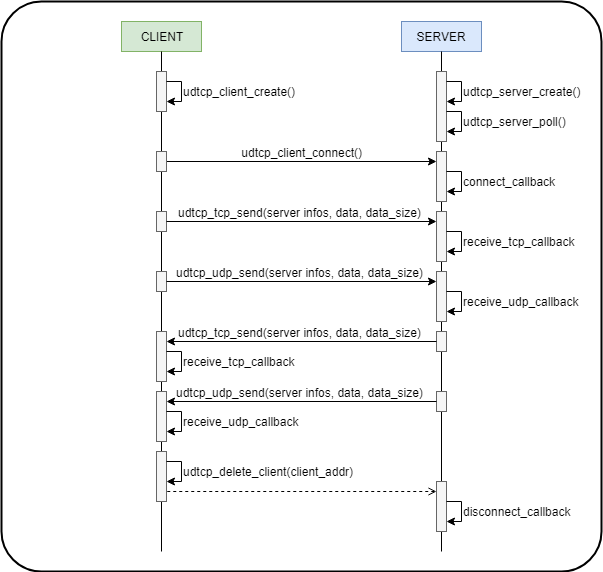
This is communication.png from MickaelBlet/UDTCP, a draw.io export, as it was before one commit. Source tidied: cells renumbered, new cells last; positions are measured from the earlier drawing's top-left corner, leaving out a move shared by most shapes.
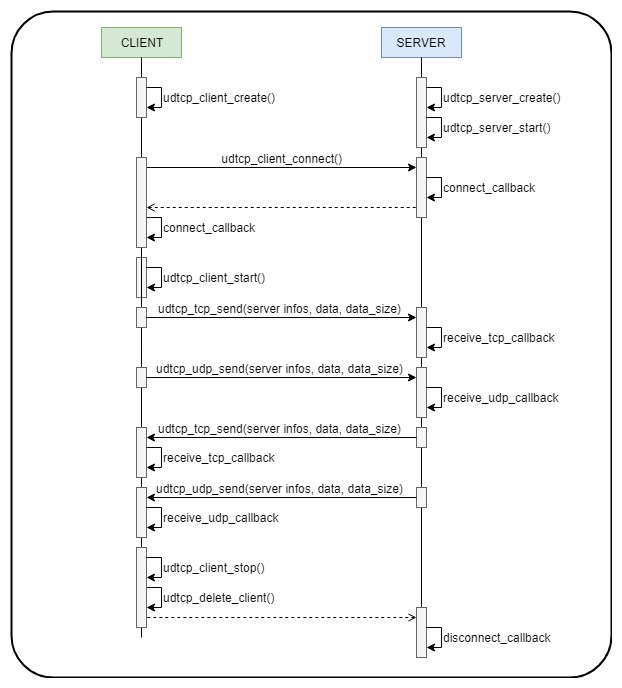
After the change.

What changed in the source:
```diff
@@ -3,94 +3,142 @@
     <mxCell id="0" />
     <mxCell id="1" parent="0" />
     <mxCell id="2" style="rounded=1;whiteSpace=wrap;html=1;arcSize=7;shadow=0;comic=0;glass=0;backgroundOutline=0;noLabel=0;imageAspect=1;perimeterSpacing=1;strokeWidth=2;" parent="1" vertex="1">
-      <mxGeometry width="600" height="570" as="geometry" />
+      <mxGeometry x="30" y="-86" width="600" height="666" as="geometry" />
     </mxCell>
+    <mxCell id="48" style="endArrow=none;dashed=1;html=1;startArrow=open;startFill=0;" parent="1" edge="1">
+      <mxGeometry relative="1" as="geometry">
+        <mxPoint x="165" y="110" as="sourcePoint" />
+        <mxPoint x="435" y="110" as="targetPoint" />
+      </mxGeometry>
+    </mxCell>
+    <mxCell id="49" value="connect_callback" style="text;html=1;strokeColor=none;fillColor=none;align=left;verticalAlign=middle;whiteSpace=wrap;rounded=0;fontSize=12;labelPosition=center;verticalLabelPosition=middle;" parent="1" vertex="1">
+      <mxGeometry x="180" y="120" width="140" height="20" as="geometry" />
+    </mxCell>
+    <mxCell id="50" style="endArrow=classic;html=1;rounded=0;" parent="1" edge="1">
+      <mxGeometry relative="1" as="geometry">
+        <mxPoint x="165" y="120" as="sourcePoint" />
+        <mxPoint x="165" y="140" as="targetPoint" />
+        <Array as="points">
+          <mxPoint x="180" y="120" />
+          <mxPoint x="180" y="140" />
+        </Array>
+      </mxGeometry>
+    </mxCell>
+    <mxCell id="51" style="rounded=0;whiteSpace=wrap;html=1;fillColor=#f5f5f5;strokeColor=#666666;fontColor=#333333;" parent="1" vertex="1">
+      <mxGeometry x="155" y="160" width="10" height="40" as="geometry" />
+    </mxCell>
+    <mxCell id="52" value="udtcp_client_start()" style="text;html=1;strokeColor=none;fillColor=none;align=left;verticalAlign=middle;whiteSpace=wrap;rounded=0;fontSize=12;labelPosition=center;verticalLabelPosition=middle;" parent="1" vertex="1">
+      <mxGeometry x="180" y="170" width="150" height="20" as="geometry" />
+    </mxCell>
+    <mxCell id="53" style="endArrow=classic;html=1;rounded=0;" parent="1" edge="1">
+      <mxGeometry relative="1" as="geometry">
+        <mxPoint x="165" y="170" as="sourcePoint" />
+        <mxPoint x="165" y="190" as="targetPoint" />
+        <Array as="points">
+          <mxPoint x="180" y="170" />
+          <mxPoint x="180" y="190" />
+        </Array>
+      </mxGeometry>
+    </mxCell>
+    <mxCell id="54" style="endArrow=classic;html=1;rounded=0;" parent="1" edge="1">
+      <mxGeometry relative="1" as="geometry">
+        <mxPoint x="165" y="490" as="sourcePoint" />
+        <mxPoint x="165" y="510" as="targetPoint" />
+        <Array as="points">
+          <mxPoint x="180" y="490" />
+          <mxPoint x="180" y="510" />
+        </Array>
+      </mxGeometry>
+    </mxCell>
+    <mxCell id="55" value="udtcp_delete_client()" style="text;html=1;strokeColor=none;fillColor=none;align=left;verticalAlign=middle;whiteSpace=wrap;rounded=0;fontSize=12;labelPosition=center;verticalLabelPosition=middle;" parent="1" vertex="1">
+      <mxGeometry x="180" y="490" width="150" height="20" as="geometry" />
+    </mxCell>
     <mxCell id="3" value="Diagram" parent="0" />
     <mxCell id="4" value="SERVER" style="rounded=0;whiteSpace=wrap;html=1;fillColor=#dae8fc;strokeColor=#6c8ebf;fontColor=#000000;" parent="3" vertex="1">
-      <mxGeometry x="400" y="20" width="80" height="30" as="geometry" />
+      <mxGeometry x="400" y="-70" width="80" height="30" as="geometry" />
     </mxCell>
     <mxCell id="5" style="endArrow=none;html=1;entryX=0.5;entryY=1;entryDx=0;entryDy=0;" parent="3" edge="1" target="4">
       <mxGeometry relative="1" as="geometry">
-        <mxPoint x="440" y="550" as="sourcePoint" />
+        <mxPoint x="440" y="540" as="sourcePoint" />
       </mxGeometry>
     </mxCell>
     <mxCell id="6" value="CLIENT" style="rounded=0;whiteSpace=wrap;html=1;fillColor=#d5e8d4;strokeColor=#82b366;fontColor=#000000;" parent="3" vertex="1">
-      <mxGeometry x="120" y="20" width="80" height="30" as="geometry" />
+      <mxGeometry x="120" y="-70" width="80" height="30" as="geometry" />
     </mxCell>
     <mxCell id="7" style="endArrow=none;html=1;entryX=0.5;entryY=1;entryDx=0;entryDy=0;" parent="3" edge="1" target="6">
       <mxGeometry relative="1" as="geometry">
-        <mxPoint x="160" y="550" as="sourcePoint" />
+        <mxPoint x="160" y="540" as="sourcePoint" />
       </mxGeometry>
     </mxCell>
     <mxCell id="8" value="&amp;nbsp;udtcp_client_connect()&amp;nbsp;" style="endArrow=none;verticalAlign=bottom;fontSize=12;html=1;startArrow=classic;startFill=1;endFill=0;labelBackgroundColor=none;" parent="3" edge="1">
       <mxGeometry relative="1" as="geometry">
-        <mxPoint x="435" y="160" as="sourcePoint" />
-        <mxPoint x="165" y="160" as="targetPoint" />
+        <mxPoint x="435" y="70" as="sourcePoint" />
+        <mxPoint x="165" y="70" as="targetPoint" />
       </mxGeometry>
     </mxCell>
     <mxCell id="9" style="rounded=0;whiteSpace=wrap;html=1;fillColor=#f5f5f5;strokeColor=#666666;fontColor=#333333;" parent="3" vertex="1">
-      <mxGeometry x="435" y="70" width="10" height="70" as="geometry" />
+      <mxGeometry x="435" y="-20" width="10" height="70" as="geometry" />
     </mxCell>
     <mxCell id="10" value="udtcp_server_create()" style="text;html=1;strokeColor=none;fillColor=none;align=left;verticalAlign=middle;whiteSpace=wrap;rounded=0;fontSize=12;labelPosition=center;verticalLabelPosition=middle;" parent="3" vertex="1">
-      <mxGeometry x="460" y="80" width="140" height="20" as="geometry" />
+      <mxGeometry x="460" y="-10" width="140" height="20" as="geometry" />
     </mxCell>
     <mxCell id="11" style="endArrow=classic;html=1;rounded=0;" parent="3" edge="1">
       <mxGeometry relative="1" as="geometry">
-        <mxPoint x="445" y="80" as="sourcePoint" />
-        <mxPoint x="445" y="100" as="targetPoint" />
+        <mxPoint x="445" y="-10" as="sourcePoint" />
+        <mxPoint x="445" y="10" as="targetPoint" />
         <Array as="points">
-          <mxPoint x="460" y="80" />
-          <mxPoint x="460" y="100" />
+          <mxPoint x="460" y="-10" />
+          <mxPoint x="460" y="10" />
         </Array>
       </mxGeometry>
     </mxCell>
-    <mxCell id="12" value="udtcp_server_poll()" style="text;html=1;strokeColor=none;fillColor=none;align=left;verticalAlign=middle;rounded=0;fontSize=12;labelPosition=center;verticalLabelPosition=middle;whiteSpace=wrap;" parent="3" vertex="1">
-      <mxGeometry x="460" y="110" width="140" height="20" as="geometry" />
+    <mxCell id="12" value="udtcp_server_start()" style="text;html=1;strokeColor=none;fillColor=none;align=left;verticalAlign=middle;rounded=0;fontSize=12;labelPosition=center;verticalLabelPosition=middle;whiteSpace=wrap;" parent="3" vertex="1">
+      <mxGeometry x="460" y="20" width="140" height="20" as="geometry" />
     </mxCell>
     <mxCell id="13" style="endArrow=classic;html=1;rounded=0;" parent="3" edge="1">
       <mxGeometry relative="1" as="geometry">
-        <mxPoint x="445" y="110" as="sourcePoint" />
-        <mxPoint x="445" y="130" as="targetPoint" />
+        <mxPoint x="445" y="20" as="sourcePoint" />
+        <mxPoint x="445" y="40" as="targetPoint" />
         <Array as="points">
-          <mxPoint x="460" y="110" />
-          <mxPoint x="460" y="130" />
+          <mxPoint x="460" y="20" />
+          <mxPoint x="460" y="40" />
         </Array>
       </mxGeometry>
     </mxCell>
     <mxCell id="14" style="rounded=0;whiteSpace=wrap;html=1;fillColor=#f5f5f5;strokeColor=#666666;fontColor=#333333;" parent="3" vertex="1">
-      <mxGeometry x="155" y="70" width="10" height="40" as="geometry" />
+      <mxGeometry x="155" y="-20" width="10" height="40" as="geometry" />
     </mxCell>
     <mxCell id="15" style="rounded=0;whiteSpace=wrap;html=1;fillColor=#f5f5f5;strokeColor=#666666;fontColor=#333333;" parent="3" vertex="1">
-      <mxGeometry x="435" y="150" width="10" height="50" as="geometry" />
+      <mxGeometry x="435" y="60" width="10" height="60" as="geometry" />
     </mxCell>
     <mxCell id="16" value="udtcp_client_create()" style="text;html=1;strokeColor=none;fillColor=none;align=left;verticalAlign=middle;whiteSpace=wrap;rounded=0;fontSize=12;labelPosition=center;verticalLabelPosition=middle;" parent="3" vertex="1">
-      <mxGeometry x="180" y="80" width="150" height="20" as="geometry" />
+      <mxGeometry x="180" y="-10" width="150" height="20" as="geometry" />
     </mxCell>
     <mxCell id="17" style="endArrow=classic;html=1;rounded=0;" parent="3" edge="1">
       <mxGeometry relative="1" as="geometry">
-        <mxPoint x="165" y="80" as="sourcePoint" />
-        <mxPoint x="165" y="100" as="targetPoint" />
+        <mxPoint x="165" y="-10" as="sourcePoint" />
+        <mxPoint x="165" y="10" as="targetPoint" />
         <Array as="points">
-          <mxPoint x="180" y="80" />
-          <mxPoint x="180" y="100" />
+          <mxPoint x="180" y="-10" />
+          <mxPoint x="180" y="10" />
         </Array>
       </mxGeometry>
     </mxCell>
     <mxCell id="18" value="connect_callback" style="text;html=1;strokeColor=none;fillColor=none;align=left;verticalAlign=middle;whiteSpace=wrap;rounded=0;fontSize=12;labelPosition=center;verticalLabelPosition=middle;" parent="3" vertex="1">
-      <mxGeometry x="460" y="170" width="140" height="20" as="geometry" />
+      <mxGeometry x="460" y="80" width="140" height="20" as="geometry" />
     </mxCell>
     <mxCell id="19" style="endArrow=classic;html=1;rounded=0;" parent="3" edge="1">
       <mxGeometry relative="1" as="geometry">
-        <mxPoint x="445" y="170" as="sourcePoint" />
-        <mxPoint x="445" y="190" as="targetPoint" />
+        <mxPoint x="445" y="80" as="sourcePoint" />
+        <mxPoint x="445" y="100" as="targetPoint" />
         <Array as="points">
-          <mxPoint x="460" y="170" />
-          <mxPoint x="460" y="190" />
+          <mxPoint x="460" y="80" />
+          <mxPoint x="460" y="100" />
         </Array>
       </mxGeometry>
     </mxCell>
     <mxCell id="20" style="rounded=0;whiteSpace=wrap;html=1;fillColor=#f5f5f5;strokeColor=#666666;fontColor=#333333;" parent="3" vertex="1">
-      <mxGeometry x="155" y="150" width="10" height="20" as="geometry" />
+      <mxGeometry x="155" y="60" width="10" height="90" as="geometry" />
     </mxCell>
     <mxCell id="21" style="rounded=0;whiteSpace=wrap;html=1;fillColor=#f5f5f5;strokeColor=#666666;fontColor=#333333;" parent="3" vertex="1">
       <mxGeometry x="155" y="210" width="10" height="20" as="geometry" />
@@ -193,7 +241,7 @@
       </mxGeometry>
     </mxCell>
     <mxCell id="41" style="rounded=0;whiteSpace=wrap;html=1;fillColor=#f5f5f5;strokeColor=#666666;fontColor=#333333;" parent="3" vertex="1">
-      <mxGeometry x="155" y="450" width="10" height="50" as="geometry" />
+      <mxGeometry x="155" y="450" width="10" height="80" as="geometry" />
     </mxCell>
     <mxCell id="42" style="endArrow=classic;html=1;rounded=0;" parent="3" edge="1">
       <mxGeometry relative="1" as="geometry">
@@ -205,30 +253,30 @@
         </Array>
       </mxGeometry>
     </mxCell>
-    <mxCell id="43" value="udtcp_delete_client(client_addr)" style="text;html=1;strokeColor=none;fillColor=none;align=left;verticalAlign=middle;whiteSpace=wrap;rounded=0;fontSize=12;labelPosition=center;verticalLabelPosition=middle;" parent="3" vertex="1">
+    <mxCell id="43" value="udtcp_client_stop()" style="text;html=1;strokeColor=none;fillColor=none;align=left;verticalAlign=middle;whiteSpace=wrap;rounded=0;fontSize=12;labelPosition=center;verticalLabelPosition=middle;" parent="3" vertex="1">
       <mxGeometry x="180" y="460" width="150" height="20" as="geometry" />
     </mxCell>
     <mxCell id="44" style="endArrow=none;dashed=1;html=1;startArrow=open;startFill=0;" parent="3" edge="1">
       <mxGeometry relative="1" as="geometry">
-        <mxPoint x="435" y="490" as="sourcePoint" />
-        <mxPoint x="165" y="490" as="targetPoint" />
+        <mxPoint x="435" y="520" as="sourcePoint" />
+        <mxPoint x="165" y="520" as="targetPoint" />
       </mxGeometry>
     </mxCell>
     <mxCell id="45" style="rounded=0;whiteSpace=wrap;html=1;fillColor=#f5f5f5;strokeColor=#666666;fontColor=#333333;" parent="3" vertex="1">
-      <mxGeometry x="435" y="480" width="10" height="50" as="geometry" />
+      <mxGeometry x="435" y="510" width="10" height="50" as="geometry" />
     </mxCell>
     <mxCell id="46" style="endArrow=classic;html=1;rounded=0;" parent="3" edge="1">
       <mxGeometry relative="1" as="geometry">
-        <mxPoint x="445" y="500" as="sourcePoint" />
-        <mxPoint x="445" y="520" as="targetPoint" />
+        <mxPoint x="445" y="530" as="sourcePoint" />
+        <mxPoint x="445" y="550" as="targetPoint" />
         <Array as="points">
-          <mxPoint x="460" y="500" />
-          <mxPoint x="460" y="520" />
+          <mxPoint x="460" y="530" />
+          <mxPoint x="460" y="550" />
         </Array>
       </mxGeometry>
     </mxCell>
     <mxCell id="47" value="disconnect_callback" style="text;html=1;strokeColor=none;fillColor=none;align=left;verticalAlign=middle;whiteSpace=wrap;rounded=0;fontSize=12;labelPosition=center;verticalLabelPosition=middle;" parent="3" vertex="1">
-      <mxGeometry x="460" y="500" width="140" height="20" as="geometry" />
+      <mxGeometry x="460" y="530" width="140" height="20" as="geometry" />
     </mxCell>
   </root>
 </mxGraphModel>
```
